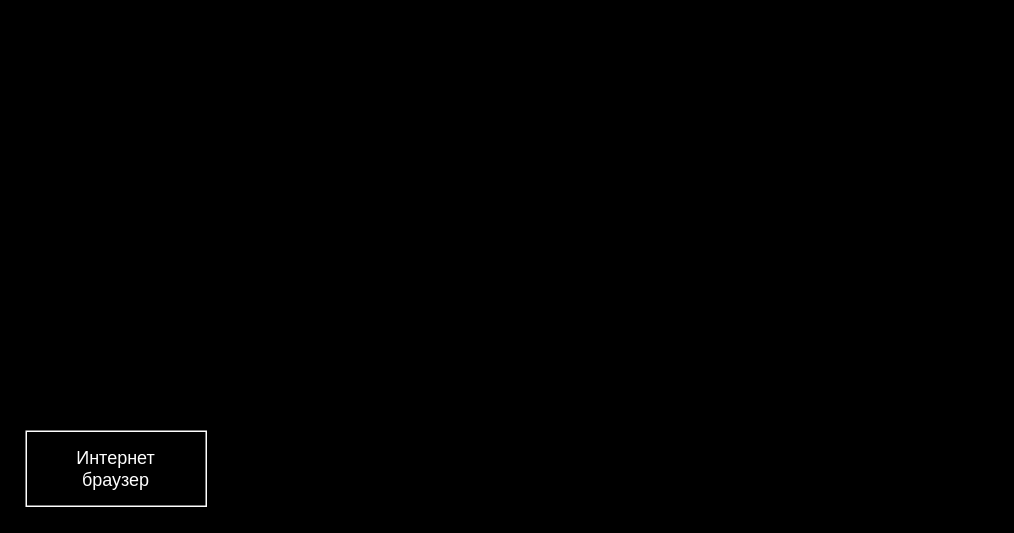
Above: Проектная модель СЭ ПС.drawio in hiff0/db-city-council (draw.io), before the change. Source tidied: cells renumbered, new cells numbered last; positions are measured from the earlier drawing's top-left corner, leaving out a move shared by most shapes. Both pictures are drawn from the tidied source at 150%, with x=0, y=0 at pixel (26, 430).
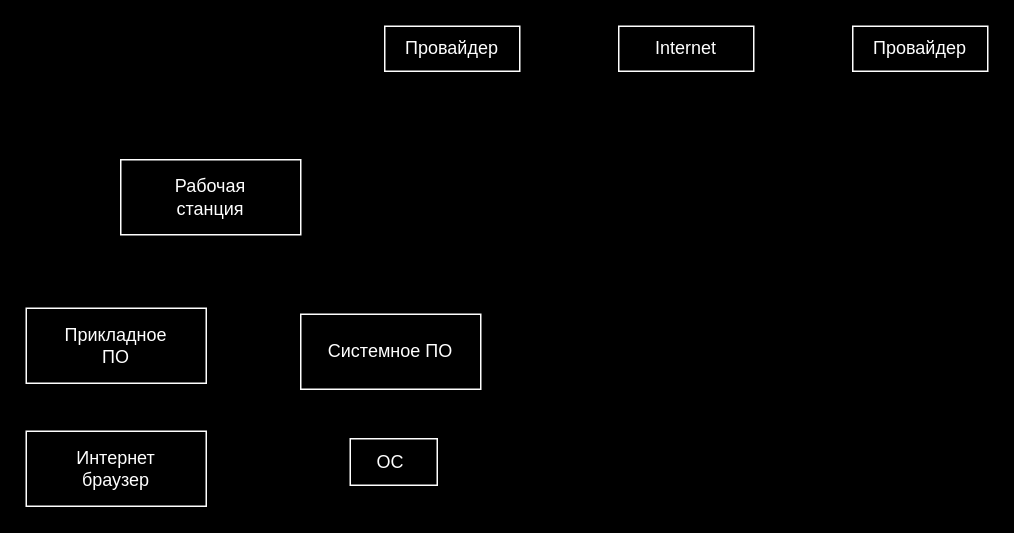
The same page after the edit.

What changed in the source:
```diff
@@
 <mxGraphModel background="#000000">
   <root>
     <mxCell id="0" />
     <mxCell id="1" parent="0" />
     <mxCell id="2" style="rounded=0;whiteSpace=wrap;html=1;strokeColor=#FFFFFF;fillColor=none;" parent="1" vertex="1">
       <mxGeometry width="120" height="50" as="geometry" />
     </mxCell>
     <mxCell id="3" value="&lt;font color=&quot;#ffffff&quot;&gt;Интернет браузер&lt;/font&gt;" style="text;html=1;align=center;verticalAlign=middle;whiteSpace=wrap;rounded=0;" parent="1" vertex="1">
       <mxGeometry x="15" y="10" width="90" height="30" as="geometry" />
     </mxCell>
+    <mxCell id="4" style="rounded=0;whiteSpace=wrap;html=1;strokeColor=#FFFFFF;fillColor=none;" parent="1" vertex="1">
+      <mxGeometry y="-82" width="120" height="50" as="geometry" />
+    </mxCell>
+    <mxCell id="5" value="&lt;font color=&quot;#ffffff&quot;&gt;Прикладное ПО&lt;/font&gt;" style="text;html=1;align=center;verticalAlign=middle;whiteSpace=wrap;rounded=0;" parent="1" vertex="1">
+      <mxGeometry x="15" y="-72" width="90" height="30" as="geometry" />
+    </mxCell>
+    <mxCell id="6" style="rounded=0;whiteSpace=wrap;html=1;strokeColor=#FFFFFF;fillColor=none;" parent="1" vertex="1">
+      <mxGeometry x="63" y="-181" width="120" height="50" as="geometry" />
+    </mxCell>
+    <mxCell id="7" value="&lt;font color=&quot;#ffffff&quot;&gt;Рабочая станция&lt;/font&gt;" style="text;html=1;align=center;verticalAlign=middle;whiteSpace=wrap;rounded=0;" parent="1" vertex="1">
+      <mxGeometry x="78" y="-171" width="90" height="30" as="geometry" />
+    </mxCell>
+    <mxCell id="8" style="rounded=0;whiteSpace=wrap;html=1;strokeColor=#FFFFFF;fillColor=none;" parent="1" vertex="1">
+      <mxGeometry x="183" y="-78" width="120" height="50" as="geometry" />
+    </mxCell>
+    <mxCell id="9" value="&lt;font color=&quot;#ffffff&quot;&gt;Системное ПО&lt;/font&gt;" style="text;html=1;align=center;verticalAlign=middle;whiteSpace=wrap;rounded=0;" parent="1" vertex="1">
+      <mxGeometry x="198" y="-68" width="90" height="30" as="geometry" />
+    </mxCell>
+    <mxCell id="10" style="rounded=0;whiteSpace=wrap;html=1;strokeColor=#FFFFFF;fillColor=none;" parent="1" vertex="1">
+      <mxGeometry x="216" y="5" width="58" height="31" as="geometry" />
+    </mxCell>
+    <mxCell id="11" value="&lt;font color=&quot;#ffffff&quot;&gt;ОС&lt;/font&gt;" style="text;html=1;align=center;verticalAlign=middle;whiteSpace=wrap;rounded=0;" parent="1" vertex="1">
+      <mxGeometry x="198" y="6" width="90" height="30" as="geometry" />
+    </mxCell>
+    <mxCell id="12" value="&lt;font color=&quot;#ffffff&quot;&gt;Провайдер&lt;/font&gt;" style="text;html=1;align=center;verticalAlign=middle;whiteSpace=wrap;rounded=0;strokeColor=#FFFFFF;" parent="1" vertex="1">
+      <mxGeometry x="239" y="-270" width="90" height="30" as="geometry" />
+    </mxCell>
+    <mxCell id="13" value="&lt;font color=&quot;#ffffff&quot;&gt;Провайдер&lt;/font&gt;" style="text;html=1;align=center;verticalAlign=middle;whiteSpace=wrap;rounded=0;strokeColor=#FFFFFF;" parent="1" vertex="1">
+      <mxGeometry x="551" y="-270" width="90" height="30" as="geometry" />
+    </mxCell>
+    <mxCell id="14" value="&lt;font color=&quot;#ffffff&quot;&gt;Internet&lt;/font&gt;" style="text;html=1;align=center;verticalAlign=middle;whiteSpace=wrap;rounded=0;strokeColor=#FFFFFF;" parent="1" vertex="1">
+      <mxGeometry x="395" y="-270" width="90" height="30" as="geometry" />
+    </mxCell>
   </root>
 </mxGraphModel>
```
